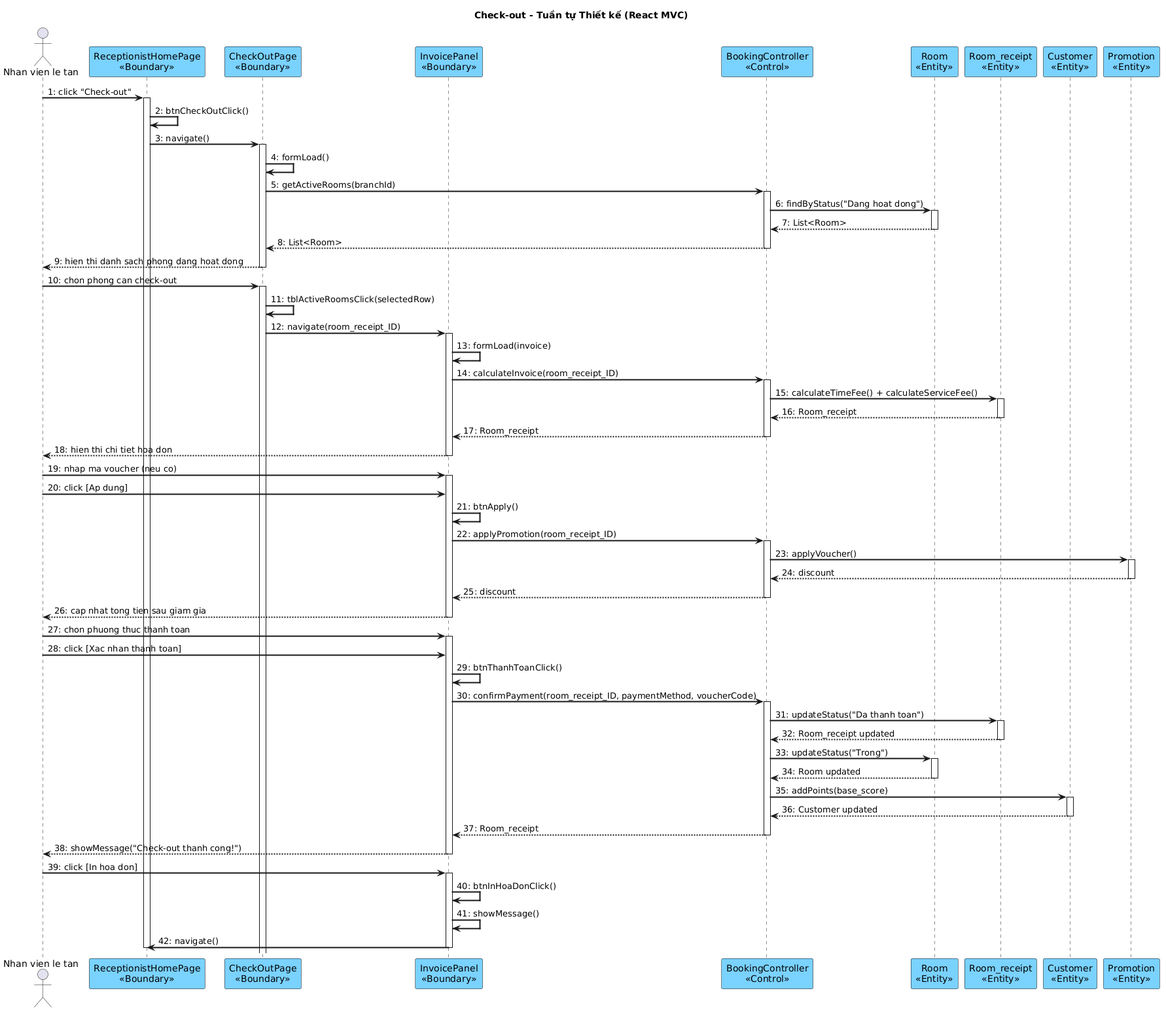
Before: output/diagrams/booking_seq_3.png, a diagram exported from PlantUML (thanhtrnnn/cnpm).
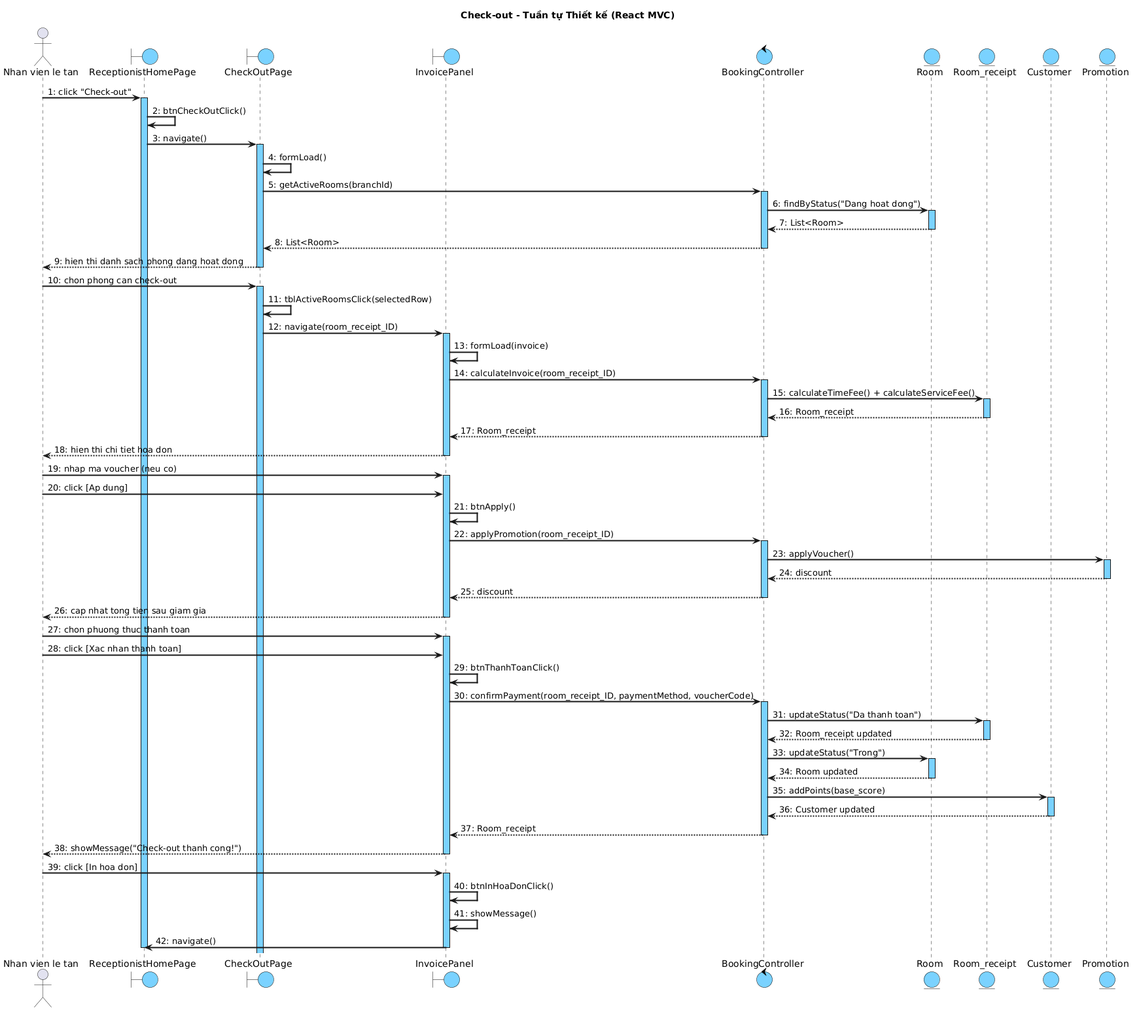
The same file after the commit.

Commit message:
fix: sequence diagrams - blue activation bars + boundary/entity circle symbols

Diff of the diagram source:
```diff
@@ -2,6 +2,7 @@
 skinparam shadowing false
 skinparam SequenceMessageAlign left
 skinparam SequenceArrowThickness 2
+skinparam SequenceLifeLineBackgroundColor #7AD2FF
 skinparam ParticipantBackgroundColor #7AD2FF
 skinparam ParticipantBorderColor black
 skinparam BoundaryBackgroundColor #7AD2FF
@@ -14,14 +15,14 @@
 title Check-out - Tuần tự Thiết kế (React MVC)
 
 actor "Nhan vien le tan" as NV
-participant "ReceptionistHomePage\n<<Boundary>>" as Home
-participant "CheckOutPage\n<<Boundary>>" as COP
-participant "InvoicePanel\n<<Boundary>>" as IP
-participant "BookingController\n<<Control>>" as Ctrl
-participant "Room\n<<Entity>>" as Room
-participant "Room_receipt\n<<Entity>>" as RR
-participant "Customer\n<<Entity>>" as Cust
-participant "Promotion\n<<Entity>>" as Promo
+boundary "ReceptionistHomePage" as Home
+boundary "CheckOutPage" as COP
+boundary "InvoicePanel" as IP
+control "BookingController" as Ctrl
+entity "Room" as Room
+entity "Room_receipt" as RR
+entity "Customer" as Cust
+entity "Promotion" as Promo
 
 NV -> Home : 1: click "Check-out"
 activate Home
```
